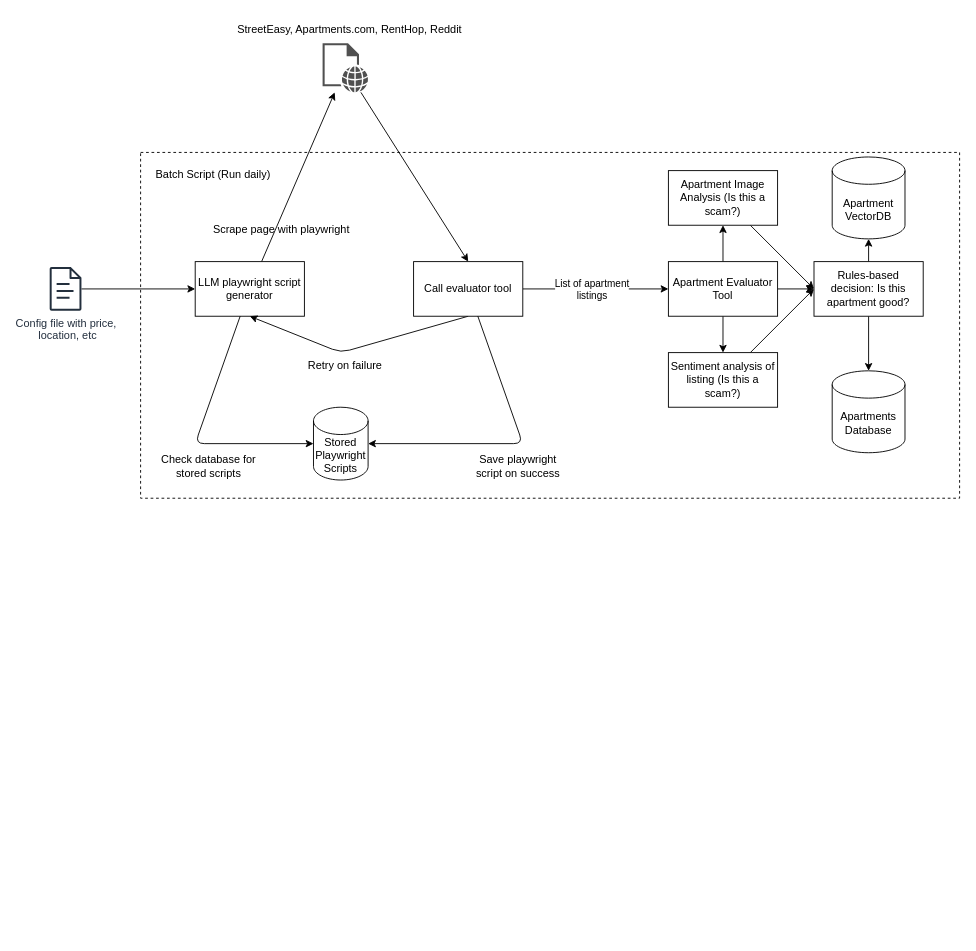
Earlier version of the draw.io diagram docs/architecture.drawio (GageWAnderson/broker-agent). Source tidied: cells renumbered, new cells numbered last; positions are measured from the earlier drawing's top-left corner, leaving out a move shared by most shapes. Both pictures are drawn from the tidied source at 91%, with x=0, y=0 at pixel (49, 15).
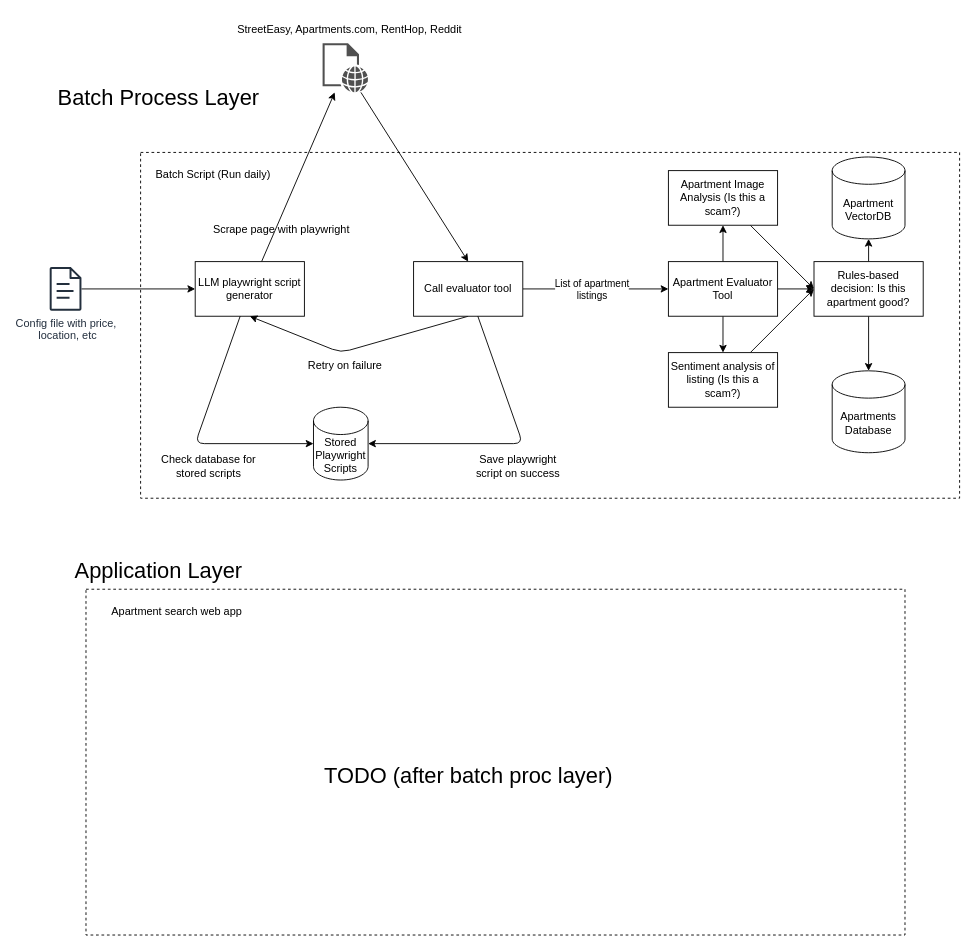
After the change.

Commit message (it also covers changes not shown here):
docs: updated arch with todo for app layer

What changed in the source:
```diff
@@
+    <mxCell id="35" value="&lt;font style=&quot;font-size: 24px;&quot;&gt;Batch Process Layer&lt;/font&gt;" style="text;html=1;align=center;verticalAlign=middle;whiteSpace=wrap;rounded=0;" parent="1" vertex="1">
+      <mxGeometry y="70" width="240" height="40" as="geometry" />
+    </mxCell>
+    <mxCell id="36" value="&lt;font style=&quot;font-size: 24px;&quot;&gt;Application Layer&lt;/font&gt;" style="text;html=1;align=center;verticalAlign=middle;whiteSpace=wrap;rounded=0;" parent="1" vertex="1">
+      <mxGeometry y="590" width="240" height="40" as="geometry" />
+    </mxCell>
+    <mxCell id="37" style="whiteSpace=wrap;html=1;fillColor=none;dashed=1;" parent="1" vertex="1">
+      <mxGeometry x="40" y="630" width="900" height="380" as="geometry" />
+    </mxCell>
+    <mxCell id="38" value="Apartment search web app" style="text;html=1;align=center;verticalAlign=middle;whiteSpace=wrap;rounded=0;" parent="1" vertex="1">
+      <mxGeometry x="50" y="640" width="180" height="30" as="geometry" />
+    </mxCell>
+    <mxCell id="39" value="&lt;font style=&quot;font-size: 24px;&quot;&gt;TODO (after batch proc layer)&lt;/font&gt;" style="text;html=1;align=center;verticalAlign=middle;whiteSpace=wrap;rounded=0;" parent="1" vertex="1">
+      <mxGeometry x="267.5" y="820" width="385" height="30" as="geometry" />
+    </mxCell>
```
